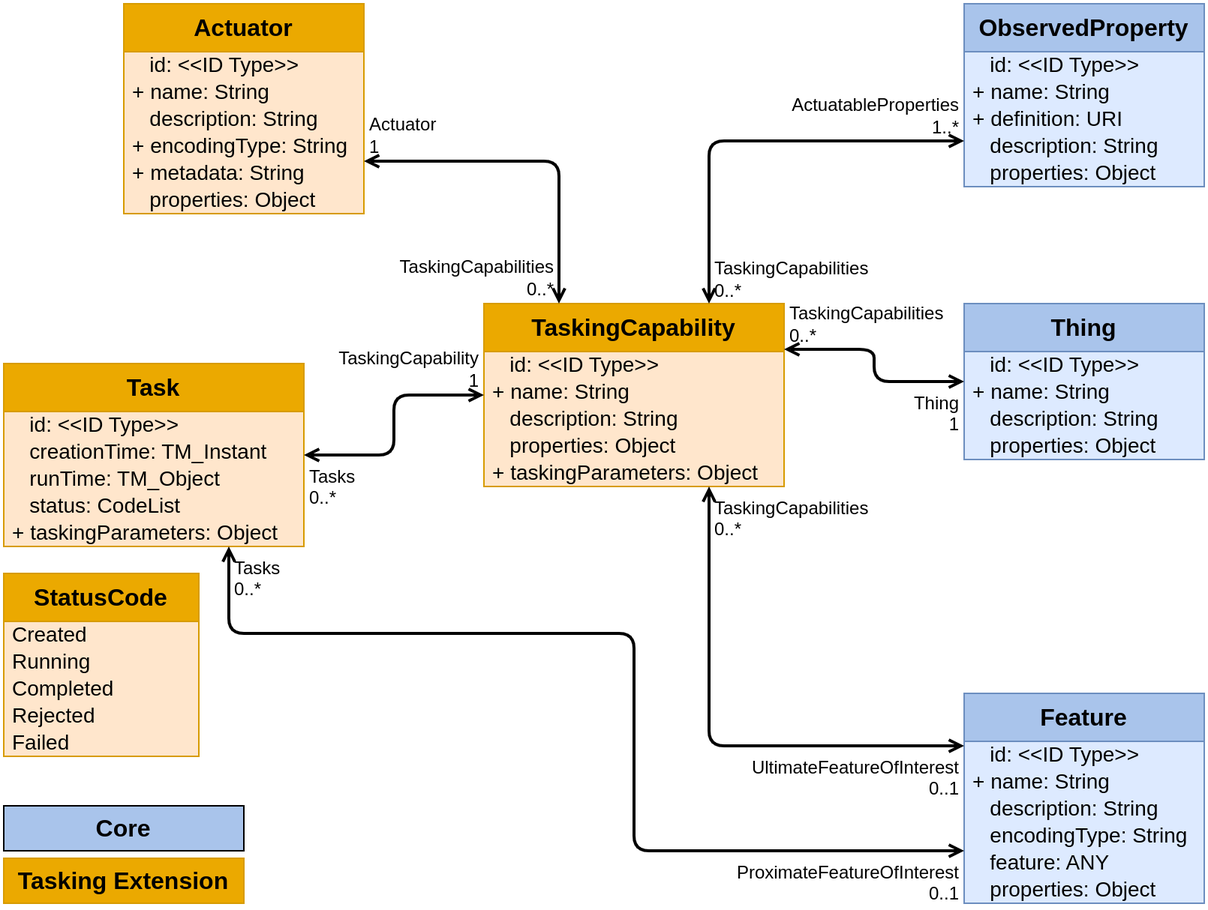
Earlier version of the draw.io export figures/Datamodel-SensorThingsApi-V2-proposal-1-Tasking.drawio.png (opengeospatial/sensorthings). Source tidied: cells renumbered, new cells last; positions are measured from the earlier drawing's top-left corner, leaving out a move shared by most shapes.
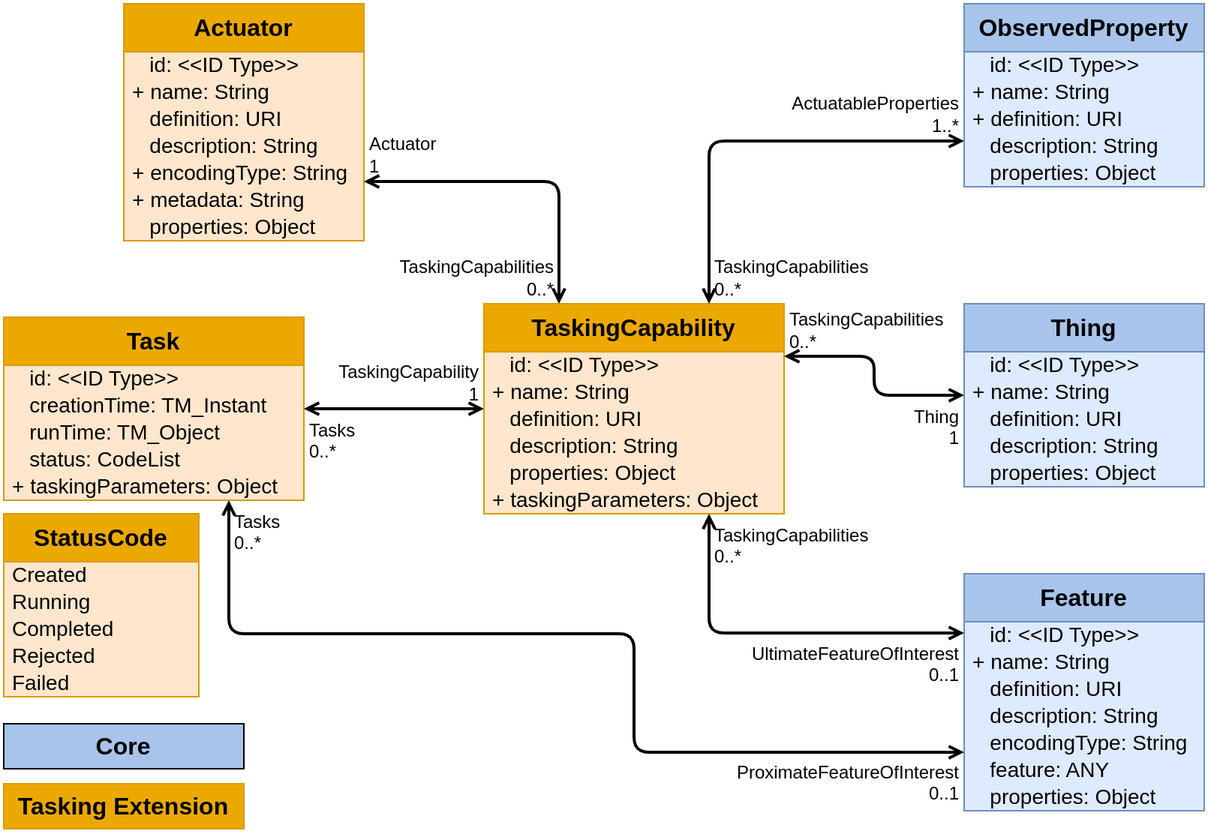
The same diagram one commit later.

Commit message:
Added definition field to most EntityTypes

The edit, as a diff of the source:
```diff
@@ -3,7 +3,7 @@
     <mxCell id="0" />
     <mxCell id="1" parent="0" />
     <mxCell id="2" value="Feature" style="swimlane;fontStyle=1;horizontal=1;startSize=32;fontSize=16;whiteSpace=wrap;html=1;fillColor=#A9C4EB;strokeColor=#6c8ebf;swimlaneFillColor=#DDEAFF;verticalAlign=top;" parent="1" vertex="1">
-      <mxGeometry x="640" y="460" width="160" height="140" as="geometry" />
+      <mxGeometry x="640" y="380" width="160" height="158" as="geometry" />
     </mxCell>
     <mxCell id="3" value="&amp;nbsp;&amp;nbsp;&amp;nbsp;id: &amp;lt;&amp;lt;ID Type&amp;gt;&amp;gt;" style="text;strokeColor=none;fillColor=none;align=left;verticalAlign=middle;spacingLeft=4;spacingRight=4;overflow=visible;html=1;fontSize=14;" parent="2" vertex="1">
       <mxGeometry y="32" width="160" height="18" as="geometry" />
@@ -11,17 +11,20 @@
     <mxCell id="4" value="+ name: String" style="text;strokeColor=none;fillColor=none;align=left;verticalAlign=middle;spacingLeft=4;spacingRight=4;overflow=visible;html=1;fontSize=14;" parent="2" vertex="1">
       <mxGeometry y="50" width="160" height="18" as="geometry" />
     </mxCell>
+    <mxCell id="65" value="&amp;nbsp; &amp;nbsp;definition: URI" style="text;strokeColor=none;fillColor=none;align=left;verticalAlign=middle;spacingLeft=4;spacingRight=4;overflow=visible;html=1;fontSize=14;" parent="2" vertex="1">
+      <mxGeometry y="68" width="160" height="18" as="geometry" />
+    </mxCell>
     <mxCell id="5" value="&amp;nbsp; &amp;nbsp;description: String" style="text;strokeColor=none;fillColor=none;align=left;verticalAlign=middle;spacingLeft=4;spacingRight=4;overflow=visible;html=1;fontSize=14;" parent="2" vertex="1">
-      <mxGeometry y="68" width="160" height="18" as="geometry" />
+      <mxGeometry y="86" width="160" height="18" as="geometry" />
     </mxCell>
     <mxCell id="6" value="&amp;nbsp; &amp;nbsp;encodingType: String" style="text;strokeColor=none;fillColor=none;align=left;verticalAlign=middle;spacingLeft=4;spacingRight=4;overflow=visible;html=1;fontSize=14;" parent="2" vertex="1">
-      <mxGeometry y="86" width="160" height="18" as="geometry" />
+      <mxGeometry y="104" width="160" height="18" as="geometry" />
     </mxCell>
     <mxCell id="7" value="&amp;nbsp; &amp;nbsp;feature: ANY" style="text;strokeColor=none;fillColor=none;align=left;verticalAlign=middle;spacingLeft=4;spacingRight=4;overflow=visible;html=1;fontSize=14;" parent="2" vertex="1">
-      <mxGeometry y="104" width="160" height="18" as="geometry" />
+      <mxGeometry y="122" width="160" height="18" as="geometry" />
     </mxCell>
     <mxCell id="8" value="&amp;nbsp;&amp;nbsp;&amp;nbsp;properties: Object" style="text;strokeColor=none;fillColor=none;align=left;verticalAlign=middle;spacingLeft=4;spacingRight=4;overflow=visible;html=1;fontSize=14;" parent="2" vertex="1">
-      <mxGeometry y="122" width="160" height="18" as="geometry" />
+      <mxGeometry y="140" width="160" height="18" as="geometry" />
     </mxCell>
     <mxCell id="9" value="ObservedProperty" style="swimlane;fontStyle=1;horizontal=1;startSize=32;fontSize=16;whiteSpace=wrap;html=1;fillColor=#A9C4EB;strokeColor=#6c8ebf;swimlaneFillColor=#DDEAFF;verticalAlign=top;" parent="1" vertex="1">
       <mxGeometry x="640" width="160" height="122" as="geometry" />
@@ -42,7 +45,7 @@
       <mxGeometry y="104" width="160" height="18" as="geometry" />
     </mxCell>
     <mxCell id="15" value="Thing" style="swimlane;fontStyle=1;horizontal=1;startSize=32;fontSize=16;whiteSpace=wrap;html=1;fillColor=#A9C4EB;strokeColor=#6c8ebf;swimlaneFillColor=#DDEAFF;verticalAlign=top;" parent="1" vertex="1">
-      <mxGeometry x="640" y="200" width="160" height="104" as="geometry" />
+      <mxGeometry x="640" y="200" width="160" height="122" as="geometry" />
     </mxCell>
     <mxCell id="16" value="&amp;nbsp;&amp;nbsp;&amp;nbsp;id: &amp;lt;&amp;lt;ID Type&amp;gt;&amp;gt;" style="text;strokeColor=none;fillColor=none;align=left;verticalAlign=middle;spacingLeft=4;spacingRight=4;overflow=visible;html=1;fontSize=14;" parent="15" vertex="1">
       <mxGeometry y="32" width="160" height="18" as="geometry" />
@@ -50,17 +53,20 @@
     <mxCell id="17" value="+ name: String" style="text;strokeColor=none;fillColor=none;align=left;verticalAlign=middle;spacingLeft=4;spacingRight=4;overflow=visible;html=1;fontSize=14;" parent="15" vertex="1">
       <mxGeometry y="50" width="160" height="18" as="geometry" />
     </mxCell>
+    <mxCell id="66" value="&amp;nbsp; &amp;nbsp;definition: URI" style="text;strokeColor=none;fillColor=none;align=left;verticalAlign=middle;spacingLeft=4;spacingRight=4;overflow=visible;html=1;fontSize=14;" parent="15" vertex="1">
+      <mxGeometry y="68" width="160" height="18" as="geometry" />
+    </mxCell>
     <mxCell id="18" value="&amp;nbsp; &amp;nbsp;description: String" style="text;strokeColor=none;fillColor=none;align=left;verticalAlign=middle;spacingLeft=4;spacingRight=4;overflow=visible;html=1;fontSize=14;" parent="15" vertex="1">
-      <mxGeometry y="68" width="160" height="18" as="geometry" />
+      <mxGeometry y="86" width="160" height="18" as="geometry" />
     </mxCell>
     <mxCell id="19" value="&amp;nbsp;&amp;nbsp;&amp;nbsp;properties: Object" style="text;strokeColor=none;fillColor=none;align=left;verticalAlign=middle;spacingLeft=4;spacingRight=4;overflow=visible;html=1;fontSize=14;" parent="15" vertex="1">
-      <mxGeometry y="86" width="160" height="18" as="geometry" />
+      <mxGeometry y="104" width="160" height="18" as="geometry" />
     </mxCell>
     <mxCell id="20" value="Core" style="rounded=0;whiteSpace=wrap;html=1;labelBackgroundColor=none;fillColor=#A9C4EB;strokeColor=default;fontStyle=1;fontSize=16;" parent="1" vertex="1">
-      <mxGeometry y="535" width="160" height="30" as="geometry" />
+      <mxGeometry y="480" width="160" height="30" as="geometry" />
     </mxCell>
     <mxCell id="21" value="Actuator" style="swimlane;fontStyle=1;horizontal=1;startSize=32;fontSize=16;whiteSpace=wrap;html=1;fillColor=#EBA900;strokeColor=#d79b00;swimlaneFillColor=#FFE6CC;" parent="1" vertex="1">
-      <mxGeometry x="80" width="160" height="140" as="geometry" />
+      <mxGeometry x="80" width="160" height="158" as="geometry" />
     </mxCell>
     <mxCell id="22" value="&amp;nbsp; &amp;nbsp;id: &amp;lt;&amp;lt;ID Type&amp;gt;&amp;gt;" style="text;strokeColor=none;fillColor=none;align=left;verticalAlign=middle;spacingLeft=4;spacingRight=4;overflow=visible;html=1;fontSize=14;" parent="21" vertex="1">
       <mxGeometry y="32" width="160" height="18" as="geometry" />
@@ -68,20 +74,23 @@
     <mxCell id="23" value="+ name: String" style="text;strokeColor=none;fillColor=none;align=left;verticalAlign=middle;spacingLeft=4;spacingRight=4;overflow=visible;html=1;fontSize=14;" parent="21" vertex="1">
       <mxGeometry y="50" width="160" height="18" as="geometry" />
     </mxCell>
+    <mxCell id="67" value="&amp;nbsp; &amp;nbsp;definition: URI" style="text;strokeColor=none;fillColor=none;align=left;verticalAlign=middle;spacingLeft=4;spacingRight=4;overflow=visible;html=1;fontSize=14;" parent="21" vertex="1">
+      <mxGeometry y="68" width="160" height="18" as="geometry" />
+    </mxCell>
     <mxCell id="24" value="&amp;nbsp; &amp;nbsp;description: String" style="text;strokeColor=none;fillColor=none;align=left;verticalAlign=middle;spacingLeft=4;spacingRight=4;overflow=visible;html=1;fontSize=14;" parent="21" vertex="1">
-      <mxGeometry y="68" width="160" height="18" as="geometry" />
+      <mxGeometry y="86" width="160" height="18" as="geometry" />
     </mxCell>
     <mxCell id="25" value="+ encodingType: String" style="text;strokeColor=none;fillColor=none;align=left;verticalAlign=middle;spacingLeft=4;spacingRight=4;overflow=visible;html=1;fontSize=14;" parent="21" vertex="1">
-      <mxGeometry y="86" width="160" height="18" as="geometry" />
+      <mxGeometry y="104" width="160" height="18" as="geometry" />
     </mxCell>
     <mxCell id="26" value="+ metadata: String" style="text;strokeColor=none;fillColor=none;align=left;verticalAlign=middle;spacingLeft=4;spacingRight=4;overflow=visible;html=1;fontSize=14;" parent="21" vertex="1">
-      <mxGeometry y="104" width="160" height="18" as="geometry" />
+      <mxGeometry y="122" width="160" height="18" as="geometry" />
     </mxCell>
     <mxCell id="27" value="&amp;nbsp;&amp;nbsp;&amp;nbsp;properties: Object" style="text;strokeColor=none;fillColor=none;align=left;verticalAlign=middle;spacingLeft=4;spacingRight=4;overflow=visible;html=1;fontSize=14;" parent="21" vertex="1">
-      <mxGeometry y="122" width="160" height="18" as="geometry" />
+      <mxGeometry y="140" width="160" height="18" as="geometry" />
     </mxCell>
     <mxCell id="28" value="Task" style="swimlane;fontStyle=1;horizontal=1;startSize=32;fontSize=16;whiteSpace=wrap;html=1;fillColor=#EBA900;strokeColor=#d79b00;swimlaneFillColor=#FFE6CC;" parent="1" vertex="1">
-      <mxGeometry y="240" width="200" height="122" as="geometry" />
+      <mxGeometry y="209" width="200" height="122" as="geometry" />
     </mxCell>
     <mxCell id="29" value="&amp;nbsp; &amp;nbsp;id: &amp;lt;&amp;lt;ID Type&amp;gt;&amp;gt;" style="text;strokeColor=none;fillColor=none;align=left;verticalAlign=middle;spacingLeft=4;spacingRight=4;overflow=visible;html=1;fontSize=14;" parent="28" vertex="1">
       <mxGeometry y="32" width="200" height="18" as="geometry" />
@@ -99,7 +108,7 @@
       <mxGeometry y="104" width="200" height="18" as="geometry" />
     </mxCell>
     <mxCell id="34" value="TaskingCapability" style="swimlane;fontStyle=1;horizontal=1;startSize=32;fontSize=16;whiteSpace=wrap;html=1;fillColor=#EBA900;strokeColor=#d79b00;swimlaneFillColor=#FFE6CC;" parent="1" vertex="1">
-      <mxGeometry x="320" y="200" width="200" height="122" as="geometry" />
+      <mxGeometry x="320" y="200" width="200" height="140" as="geometry" />
     </mxCell>
     <mxCell id="35" value="&amp;nbsp; &amp;nbsp;id: &amp;lt;&amp;lt;ID Type&amp;gt;&amp;gt;" style="text;strokeColor=none;fillColor=none;align=left;verticalAlign=middle;spacingLeft=4;spacingRight=4;overflow=visible;html=1;fontSize=14;" parent="34" vertex="1">
       <mxGeometry y="32" width="200" height="18" as="geometry" />
@@ -107,14 +116,17 @@
     <mxCell id="36" value="+ name: String" style="text;strokeColor=none;fillColor=none;align=left;verticalAlign=middle;spacingLeft=4;spacingRight=4;overflow=visible;html=1;fontSize=14;" parent="34" vertex="1">
       <mxGeometry y="50" width="200" height="18" as="geometry" />
     </mxCell>
+    <mxCell id="68" value="&amp;nbsp; &amp;nbsp;definition: URI" style="text;strokeColor=none;fillColor=none;align=left;verticalAlign=middle;spacingLeft=4;spacingRight=4;overflow=visible;html=1;fontSize=14;" parent="34" vertex="1">
+      <mxGeometry y="68" width="200" height="18" as="geometry" />
+    </mxCell>
     <mxCell id="37" value="&amp;nbsp; &amp;nbsp;description: String" style="text;strokeColor=none;fillColor=none;align=left;verticalAlign=middle;spacingLeft=4;spacingRight=4;overflow=visible;html=1;fontSize=14;" parent="34" vertex="1">
-      <mxGeometry y="68" width="200" height="18" as="geometry" />
+      <mxGeometry y="86" width="200" height="18" as="geometry" />
     </mxCell>
     <mxCell id="38" value="&amp;nbsp;&amp;nbsp;&amp;nbsp;properties: Object" style="text;strokeColor=none;fillColor=none;align=left;verticalAlign=middle;spacingLeft=4;spacingRight=4;overflow=visible;html=1;fontSize=14;" parent="34" vertex="1">
-      <mxGeometry y="86" width="200" height="18" as="geometry" />
+      <mxGeometry y="104" width="200" height="18" as="geometry" />
     </mxCell>
     <mxCell id="39" value="+ taskingParameters: Object" style="text;strokeColor=none;fillColor=none;align=left;verticalAlign=middle;spacingLeft=4;spacingRight=4;overflow=visible;html=1;fontSize=14;" parent="34" vertex="1">
-      <mxGeometry y="104" width="200" height="18" as="geometry" />
+      <mxGeometry y="122" width="200" height="18" as="geometry" />
     </mxCell>
     <mxCell id="40" style="endArrow=open;startArrow=open;html=1;rounded=1;entryX=1;entryY=0.75;entryDx=0;entryDy=0;exitX=0.25;exitY=0;exitDx=0;exitDy=0;edgeStyle=orthogonalEdgeStyle;curved=0;strokeWidth=2;startFill=0;endFill=0;" parent="1" edge="1" source="34" target="21">
       <mxGeometry relative="1" as="geometry" />
@@ -166,7 +178,8 @@
         <Array as="points">
           <mxPoint x="150" y="420" />
           <mxPoint x="420" y="420" />
-          <mxPoint x="420" y="565" />
+          <mxPoint x="420" y="499" />
+          <mxPoint x="640" y="499" />
         </Array>
       </mxGeometry>
     </mxCell>
@@ -177,10 +190,10 @@
       <mxGeometry x="1" relative="1" as="geometry" />
     </mxCell>
     <mxCell id="58" value="Tasking Extension" style="rounded=0;whiteSpace=wrap;html=1;labelBackgroundColor=none;fillColor=#EBA900;strokeColor=#d79b00;fontStyle=1;fontSize=16;startSize=32;swimlaneFillColor=#FFE6CC;" parent="1" vertex="1">
-      <mxGeometry y="570" width="160" height="30" as="geometry" />
+      <mxGeometry y="520" width="160" height="30" as="geometry" />
     </mxCell>
     <mxCell id="59" value="StatusCode" style="swimlane;fontStyle=1;horizontal=1;startSize=32;fontSize=16;whiteSpace=wrap;html=1;fillColor=#EBA900;strokeColor=#d79b00;swimlaneFillColor=#FFE6CC;" parent="1" vertex="1">
-      <mxGeometry y="380" width="130" height="122" as="geometry" />
+      <mxGeometry y="340" width="130" height="122" as="geometry" />
     </mxCell>
     <mxCell id="60" value="Created" style="text;strokeColor=none;fillColor=none;align=left;verticalAlign=middle;spacingLeft=4;spacingRight=4;overflow=visible;html=1;fontSize=14;" parent="59" vertex="1">
       <mxGeometry y="32" width="130" height="18" as="geometry" />
```
